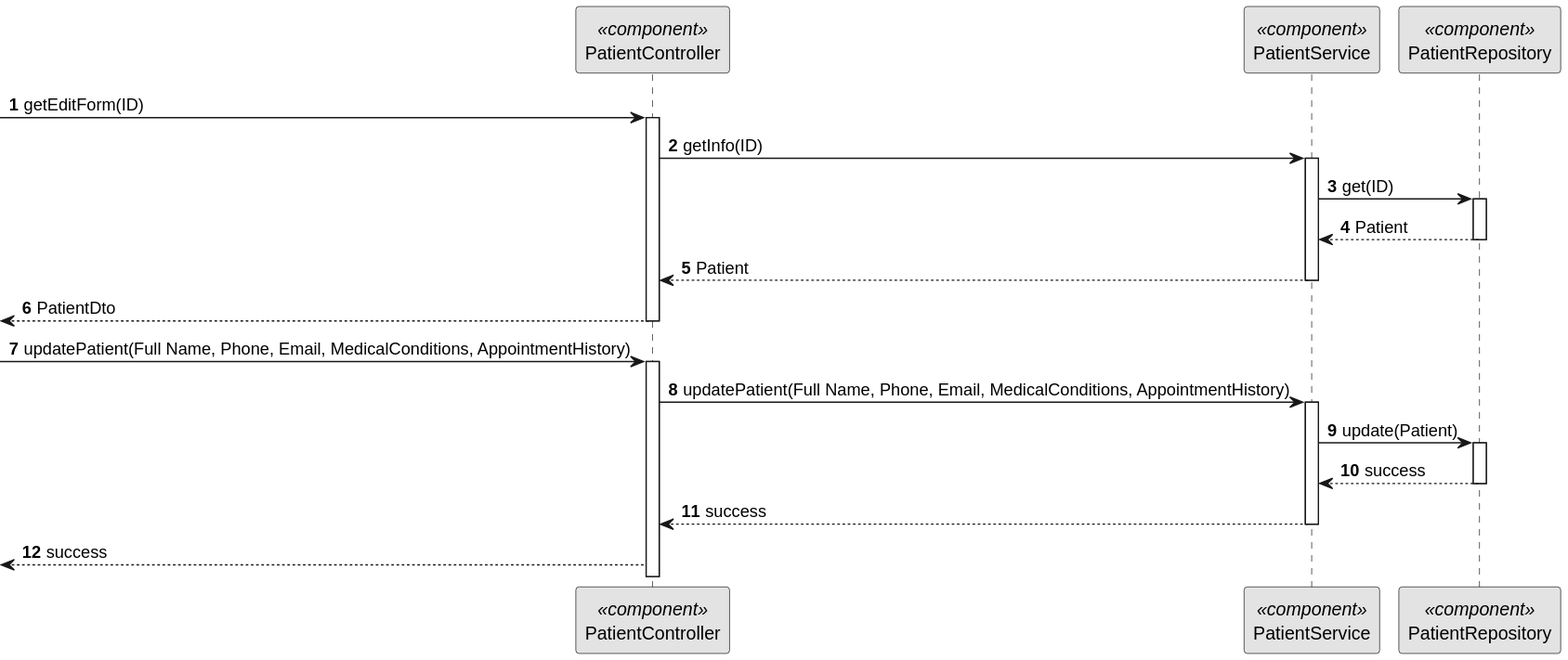
Earlier version of the PlantUML export docs/BackofficeModule/5.1.9/sequence-diagram-3.svg (Ana-Miguel-Silva/SurgicalAppointmentAndResourceManagement). The source it was exported from:
```plantuml
@startuml
skinparam monochrome true
skinparam packageStyle rectangle
skinparam shadowing false

autonumber

participant "PatientController" as CTRL <<component>>
participant "PatientService" as SERV <<component>>
participant "PatientRepository" as REPO <<component>>


-> CTRL: getEditForm(ID)
activate CTRL
CTRL -> SERV: getInfo(ID)
activate SERV
SERV -> REPO: get(ID)
activate REPO
REPO --> SERV: Patient
deactivate REPO
SERV --> CTRL: Patient
deactivate SERV
<-- CTRL : PatientDto
deactivate CTRL
 -> CTRL: updatePatient(Full Name, Phone, Email, MedicalConditions, AppointmentHistory)
activate CTRL
CTRL -> SERV: updatePatient(Full Name, Phone, Email, MedicalConditions, AppointmentHistory)
activate SERV
SERV -> REPO: update(Patient)
activate REPO
REPO --> SERV: success
deactivate REPO
SERV --> CTRL: success
deactivate SERV
<-- CTRL  : success
@enduml
```
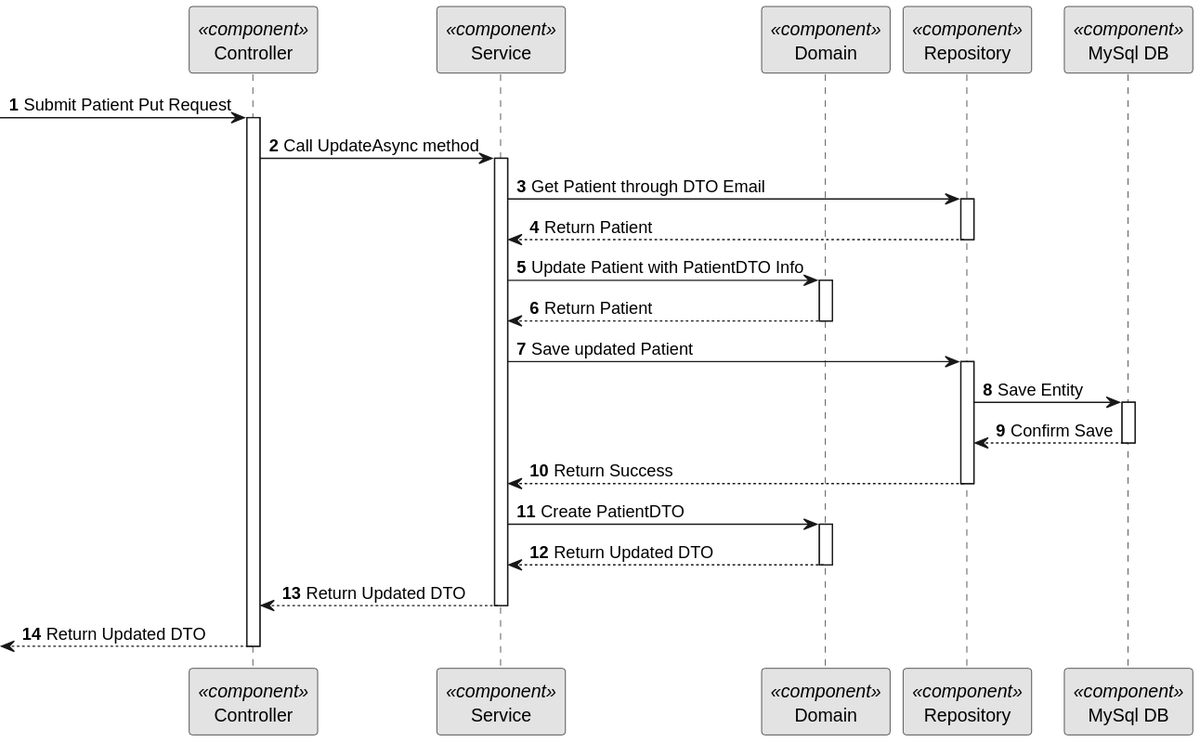
The same file after the commit.

The edit, as a diff of the source:
```diff
@@ -5,32 +5,51 @@
 
 autonumber
 
-participant "PatientController" as CTRL <<component>>
-participant "PatientService" as SERV <<component>>
-participant "PatientRepository" as REPO <<component>>
+participant "Controller" as CTRL <<component>>
+participant "Service" as SERV <<component>>
+participant "Domain" as DOM <<component>>
+participant "Repository" as REPO <<component>>
+participant "MySql DB" as BDD <<component>>
 
 
--> CTRL: getEditForm(ID)
+-> CTRL: Submit Patient Put Request
 activate CTRL
-CTRL -> SERV: getInfo(ID)
+
+CTRL -> SERV: Call UpdateAsync method
 activate SERV
-SERV -> REPO: get(ID)
+
+SERV -> REPO: Get Patient through DTO Email
 activate REPO
-REPO --> SERV: Patient
+
+REPO --> SERV: Return Patient
 deactivate REPO
-SERV --> CTRL: Patient
+SERV -> DOM: Update Patient with PatientDTO Info
+activate DOM
+
+DOM --> SERV: Return Patient
+deactivate DOM
+
+SERV -> REPO : Save updated Patient
+activate REPO
+
+REPO -> BDD : Save Entity
+activate BDD
+
+BDD --> REPO : Confirm Save
+deactivate BDD
+
+REPO --> SERV : Return Success
+deactivate REPO
+
+SERV -> DOM : Create PatientDTO
+activate DOM
+
+DOM --> SERV : Return Updated DTO
+deactivate DOM
+
+SERV --> CTRL : Return Updated DTO
 deactivate SERV
-<-- CTRL : PatientDto
+
+<-- CTRL  : Return Updated DTO
 deactivate CTRL
- -> CTRL: updatePatient(Full Name, Phone, Email, MedicalConditions, AppointmentHistory)
-activate CTRL
-CTRL -> SERV: updatePatient(Full Name, Phone, Email, MedicalConditions, AppointmentHistory)
-activate SERV
-SERV -> REPO: update(Patient)
-activate REPO
-REPO --> SERV: success
-deactivate REPO
-SERV --> CTRL: success
-deactivate SERV
-<-- CTRL  : success
 @enduml
```
